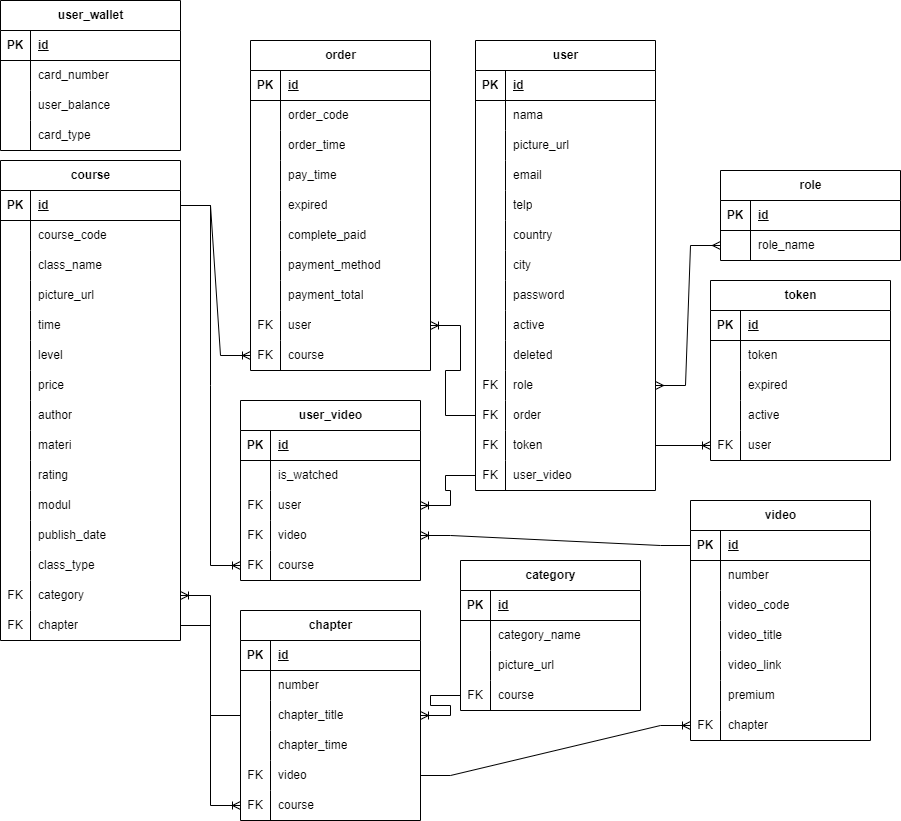
The draw.io diagram src/main/java/com/binar/backendonlinecourseapp/erd.png in DemoNicky/backend-video-course, before a commit. Source tidied: cells renumbered, new cells last; positions are measured from the earlier drawing's top-left corner, leaving out a move shared by most shapes.
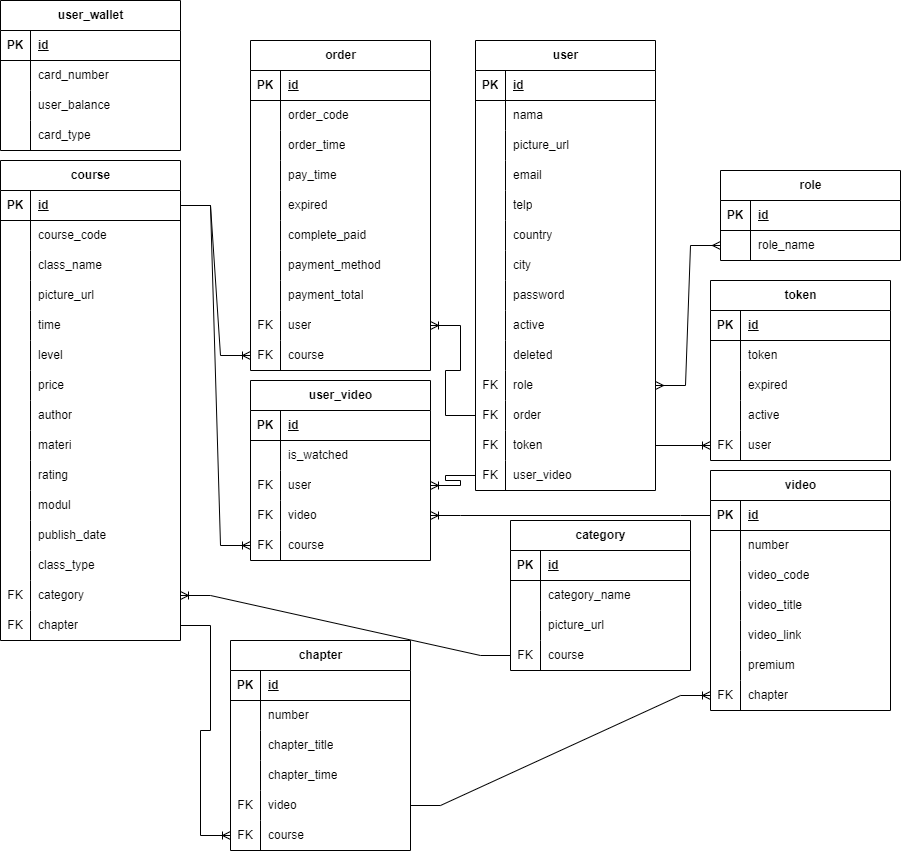
After the change.

Change to the diagram source:
```diff
@@ -288,7 +288,7 @@
       <mxGeometry relative="1" as="geometry" />
     </mxCell>
     <mxCell id="97" value="category" style="shape=table;startSize=30;rowLines=0;fontStyle=1;align=center;html=1;" parent="1" vertex="1">
-      <mxGeometry x="460" y="560" width="180" height="150" as="geometry" />
+      <mxGeometry x="510" y="520" width="180" height="150" as="geometry" />
     </mxCell>
     <mxCell id="98" style="shape=tableRow;horizontal=0;startSize=0;swimlaneHead=0;swimlaneBody=0;fillColor=none;top=0;left=0;right=0;bottom=1;" parent="97" vertex="1">
       <mxGeometry y="30" width="180" height="30" as="geometry" />
@@ -375,7 +375,7 @@
       <mxGeometry x="30" width="150" height="30" as="geometry" />
     </mxCell>
     <mxCell id="126" value="video" style="shape=table;startSize=30;rowLines=0;fontStyle=1;align=center;html=1;" parent="1" vertex="1">
-      <mxGeometry x="690" y="500" width="180" height="240" as="geometry" />
+      <mxGeometry x="710" y="470" width="180" height="240" as="geometry" />
     </mxCell>
     <mxCell id="127" style="shape=tableRow;horizontal=0;startSize=0;swimlaneHead=0;swimlaneBody=0;fillColor=none;points=[[0,0.5],[1,0.5]];portConstraint=eastwest;top=0;left=0;right=0;bottom=1;" parent="126" vertex="1">
       <mxGeometry y="30" width="180" height="30" as="geometry" />
@@ -441,7 +441,7 @@
       <mxGeometry x="30" width="150" height="30" as="geometry" />
     </mxCell>
     <mxCell id="148" value="user_video" style="shape=table;startSize=30;rowLines=0;fontStyle=1;align=center;html=1;" parent="1" vertex="1">
-      <mxGeometry x="240" y="400" width="180" height="180" as="geometry" />
+      <mxGeometry x="250" y="380" width="180" height="180" as="geometry" />
     </mxCell>
     <mxCell id="149" style="shape=tableRow;horizontal=0;startSize=0;swimlaneHead=0;swimlaneBody=0;fillColor=none;top=0;left=0;right=0;bottom=1;" parent="148" vertex="1">
       <mxGeometry y="30" width="180" height="30" as="geometry" />
@@ -635,9 +635,6 @@
     <mxCell id="212" style="edgeStyle=entityRelationEdgeStyle;fontSize=12;html=1;endArrow=ERoneToMany;rounded=0;exitX=1;exitY=0.5;exitDx=0;exitDy=0;entryX=0;entryY=0.5;entryDx=0;entryDy=0;" parent="1" edge="1" source="209" target="236">
       <mxGeometry relative="1" as="geometry" />
     </mxCell>
-    <mxCell id="213" style="edgeStyle=entityRelationEdgeStyle;fontSize=12;html=1;endArrow=ERoneToMany;rounded=0;entryX=1;entryY=0.5;entryDx=0;entryDy=0;exitX=0;exitY=0.5;exitDx=0;exitDy=0;" parent="1" edge="1" source="220" target="206">
-      <mxGeometry relative="1" as="geometry" />
-    </mxCell>
     <mxCell id="214" style="edgeStyle=entityRelationEdgeStyle;fontSize=12;html=1;endArrow=ERoneToMany;rounded=0;entryX=1;entryY=0.5;entryDx=0;entryDy=0;exitX=0;exitY=0.5;exitDx=0;exitDy=0;" parent="1" edge="1" source="127" target="158">
       <mxGeometry relative="1" as="geometry" />
     </mxCell>
@@ -653,11 +650,8 @@
     <mxCell id="218" style="edgeStyle=entityRelationEdgeStyle;fontSize=12;html=1;endArrow=ERoneToMany;rounded=0;entryX=0;entryY=0.5;entryDx=0;entryDy=0;exitX=1;exitY=0.5;exitDx=0;exitDy=0;" parent="1" edge="1" source="167" target="93">
       <mxGeometry relative="1" as="geometry" />
     </mxCell>
-    <mxCell id="219" style="edgeStyle=entityRelationEdgeStyle;fontSize=12;html=1;endArrow=ERoneToMany;rounded=0;entryX=1;entryY=0.5;entryDx=0;entryDy=0;exitX=0;exitY=0.5;exitDx=0;exitDy=0;" parent="1" edge="1" source="107" target="220">
-      <mxGeometry relative="1" as="geometry" />
-    </mxCell>
     <mxCell id="220" value="chapter" style="shape=table;startSize=30;rowLines=0;fontStyle=1;align=center;html=1;" parent="1" vertex="1">
-      <mxGeometry x="240" y="610" width="180" height="210" as="geometry" />
+      <mxGeometry x="230" y="640" width="180" height="210" as="geometry" />
     </mxCell>
     <mxCell id="221" style="shape=tableRow;horizontal=0;startSize=0;swimlaneHead=0;swimlaneBody=0;fillColor=none;top=0;left=0;right=0;bottom=1;" parent="220" vertex="1">
       <mxGeometry y="30" width="180" height="30" as="geometry" />
@@ -713,5 +707,8 @@
     <mxCell id="238" value="course" style="shape=partialRectangle;fillColor=none;top=0;left=0;bottom=0;right=0;align=left;spacingLeft=6;overflow=hidden;whiteSpace=wrap;html=1;" parent="236" vertex="1">
       <mxGeometry x="30" width="150" height="30" as="geometry" />
     </mxCell>
+    <mxCell id="239" style="edgeStyle=entityRelationEdgeStyle;fontSize=12;html=1;endArrow=ERoneToMany;rounded=0;entryX=1;entryY=0.5;entryDx=0;entryDy=0;exitX=0;exitY=0.5;exitDx=0;exitDy=0;" parent="1" edge="1" source="107" target="206">
+      <mxGeometry relative="1" as="geometry" />
+    </mxCell>
   </root>
 </mxGraphModel>
```
